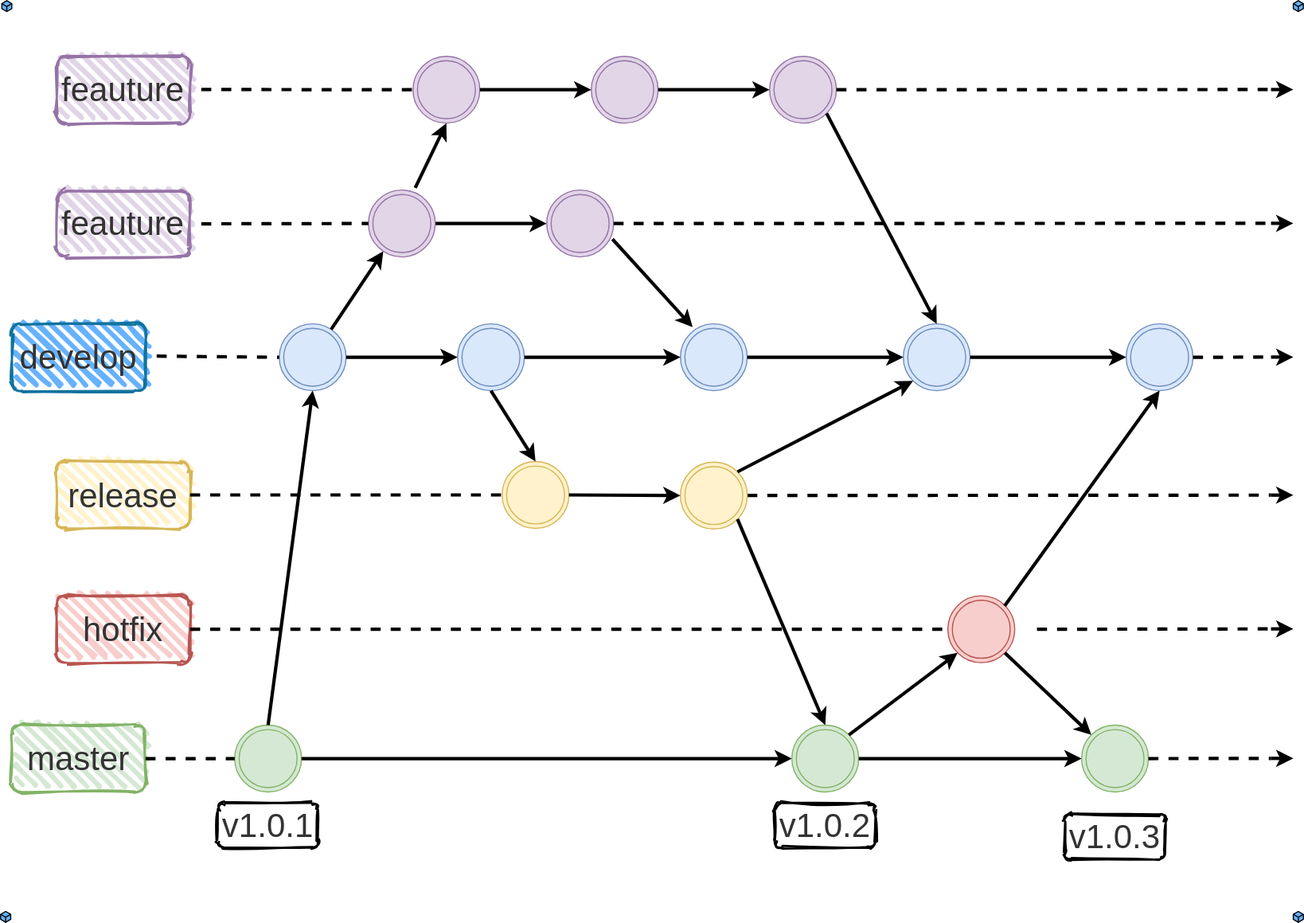
Earlier version of the draw.io export Git/assets/001-4/git-flow.svg (tangman814/GammaRayStudio). Source tidied: cells renumbered, new cells last; positions are measured from the earlier drawing's top-left corner, leaving out a move shared by most shapes.
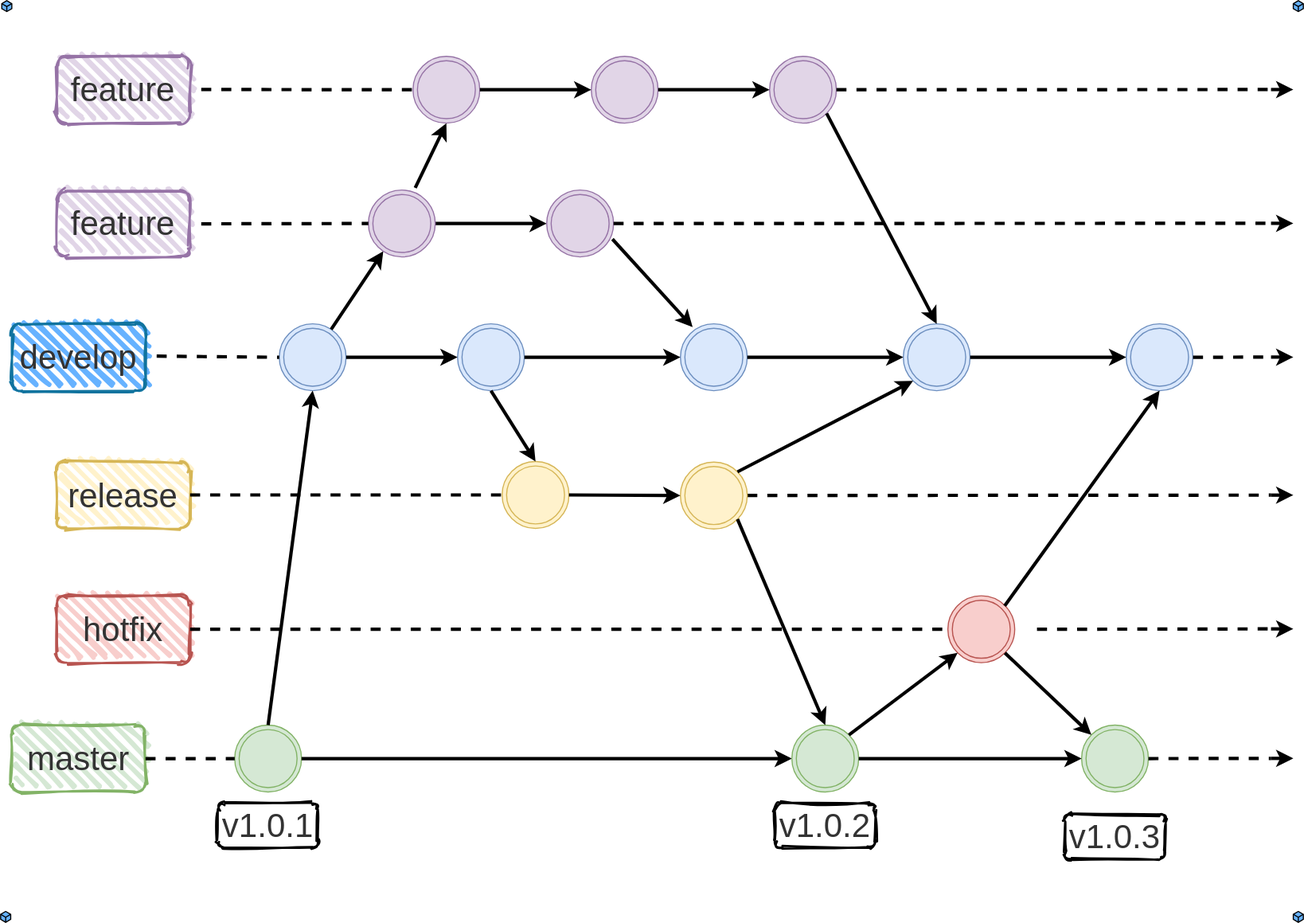
Above is the later version.

Commit message:
fix : git-flow , image , feature text #20200928002

What changed in the source:
```diff
@@ -5,10 +5,10 @@
     <mxCell id="2" value="&lt;font style=&quot;font-size: 30px&quot; color=&quot;#333333&quot;&gt;develop&lt;/font&gt;" style="rounded=1;whiteSpace=wrap;html=1;strokeWidth=2;fillWeight=4;hachureGap=8;hachureAngle=45;sketch=1;strokeColor=#10739e;fillColor=#66B2FF;" parent="1" vertex="1">
       <mxGeometry x="10" y="290" width="120" height="60" as="geometry" />
     </mxCell>
-    <mxCell id="3" value="&lt;font style=&quot;font-size: 30px&quot; color=&quot;#333333&quot;&gt;feauture&lt;/font&gt;" style="rounded=1;whiteSpace=wrap;html=1;strokeWidth=2;fillWeight=4;hachureGap=8;hachureAngle=45;fillColor=#e1d5e7;sketch=1;strokeColor=#9673a6;" parent="1" vertex="1">
+    <mxCell id="3" value="&lt;font style=&quot;font-size: 30px&quot; color=&quot;#333333&quot;&gt;feature&lt;/font&gt;" style="rounded=1;whiteSpace=wrap;html=1;strokeWidth=2;fillWeight=4;hachureGap=8;hachureAngle=45;fillColor=#e1d5e7;sketch=1;strokeColor=#9673a6;" parent="1" vertex="1">
       <mxGeometry x="50" y="170" width="120" height="60" as="geometry" />
     </mxCell>
-    <mxCell id="4" value="&lt;font style=&quot;font-size: 30px&quot; color=&quot;#333333&quot;&gt;feauture&lt;/font&gt;" style="rounded=1;whiteSpace=wrap;html=1;strokeWidth=2;fillWeight=4;hachureGap=8;hachureAngle=45;fillColor=#e1d5e7;sketch=1;strokeColor=#9673a6;" parent="1" vertex="1">
+    <mxCell id="4" value="&lt;font style=&quot;font-size: 30px&quot; color=&quot;#333333&quot;&gt;feature&lt;/font&gt;" style="rounded=1;whiteSpace=wrap;html=1;strokeWidth=2;fillWeight=4;hachureGap=8;hachureAngle=45;fillColor=#e1d5e7;sketch=1;strokeColor=#9673a6;" parent="1" vertex="1">
       <mxGeometry x="50" y="50" width="120" height="60" as="geometry" />
     </mxCell>
     <mxCell id="5" value="&lt;font style=&quot;font-size: 30px&quot; color=&quot;#333333&quot;&gt;master&lt;/font&gt;" style="rounded=1;whiteSpace=wrap;html=1;strokeWidth=2;fillWeight=4;hachureGap=8;hachureAngle=45;sketch=1;fillColor=#d5e8d4;strokeColor=#82b366;" parent="1" vertex="1">
```
